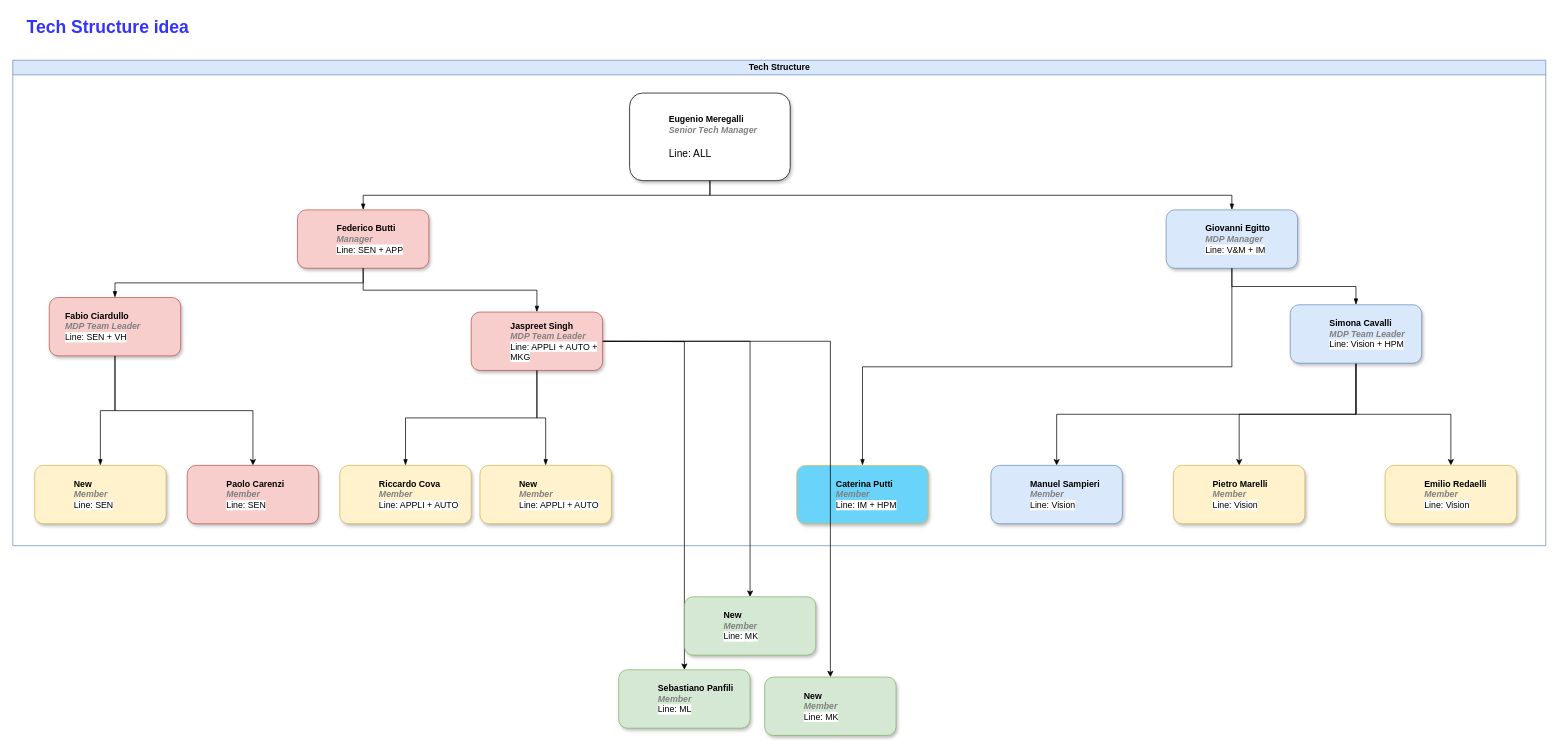
Above: page "FY-2022 -2H" (4 of 4) of Tech Team Structure.drawio in EugeMere/diagrams (draw.io), before the change. Source tidied: cells renumbered, new cells numbered last; positions are measured from the earlier drawing's top-left corner, leaving out a move shared by most shapes. Both pictures are drawn from the tidied source at 73%, with x=0, y=0 at pixel (12, 12).
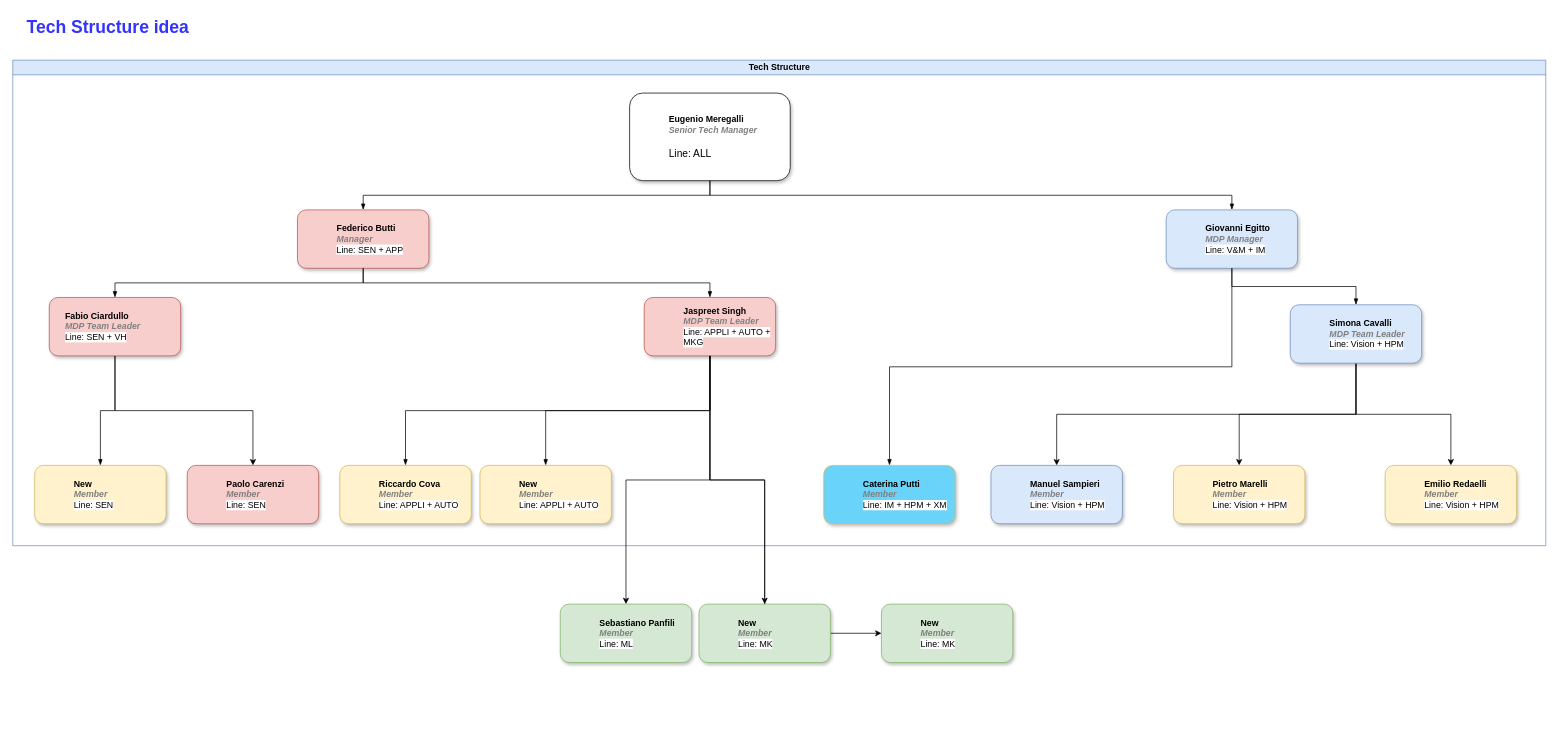
The same page after the edit.

The change refers to these unchanged cells:
```xml
<mxCell id="2" value="Tech Structure" style="swimlane;html=1;startSize=20;horizontal=1;containerType=tree;glass=0;fillColor=#dae8fc;strokeColor=#6c8ebf;" parent="1" vertex="1">
  <mxGeometry y="65" width="2100" height="665" as="geometry" />
</mxCell>
```

Change to the diagram source:
```diff
@@
     <object id="13" label="%name%&lt;br&gt;&lt;i style=&quot;color: gray&quot;&gt;%position%&lt;br&gt;&lt;/i&gt;&lt;font style=&quot;font-size: 12px&quot;&gt;&lt;span style=&quot;font-weight: 400 ; background-color: rgb(255 , 255 , 255)&quot;&gt;Line: &lt;/span&gt;&lt;span style=&quot;font-weight: 400 ; background-color: rgb(255 , 255 , 255)&quot;&gt;&lt;font style=&quot;font-size: 12px&quot;&gt;%SupportLine%&lt;/font&gt;&lt;/span&gt;&lt;/font&gt;" SupportLine="APPLI + AUTO + MKG" name="Jaspreet Singh" placeholders="1" position="MDP Team Leader">
       <mxCell style="label;whiteSpace=wrap;html=1;rounded=1;glass=0;fillColor=#f8cecc;strokeColor=#b85450;shadow=1;" parent="2" vertex="1">
-        <mxGeometry x="628" y="345" width="180" height="80" as="geometry" />
+        <mxGeometry x="865" y="325" width="180" height="80" as="geometry" />
       </mxCell>
     </object>
@@
-    <object id="17" label="%name%&lt;br&gt;&lt;i style=&quot;color: gray&quot;&gt;%position%&lt;br&gt;&lt;/i&gt;&lt;span style=&quot;font-weight: 400 ; background-color: rgb(255 , 255 , 255)&quot;&gt;Line:&amp;nbsp;&lt;/span&gt;&lt;span style=&quot;font-weight: 400 ; background-color: rgb(255 , 255 , 255)&quot;&gt;%SupportLine%&lt;/span&gt;" SupportLine="Vision" name="Pietro Marelli" placeholders="1" position="Member">
+    <object id="17" label="%name%&lt;br&gt;&lt;i style=&quot;color: gray&quot;&gt;%position%&lt;br&gt;&lt;/i&gt;&lt;span style=&quot;font-weight: 400 ; background-color: rgb(255 , 255 , 255)&quot;&gt;Line:&amp;nbsp;&lt;/span&gt;&lt;span style=&quot;font-weight: 400 ; background-color: rgb(255 , 255 , 255)&quot;&gt;%SupportLine%&lt;/span&gt;" SupportLine="Vision + HPM" name="Pietro Marelli" placeholders="1" position="Member">
       <mxCell style="label;whiteSpace=wrap;html=1;rounded=1;glass=0;fillColor=#fff2cc;strokeColor=#d6b656;shadow=1;fontColor=#000000;" parent="2" vertex="1">
         <mxGeometry x="1590" y="555" width="180" height="80" as="geometry" />
       </mxCell>
     </object>
-    <object id="18" label="%name%&lt;br&gt;&lt;i style=&quot;color: gray&quot;&gt;%position%&lt;br&gt;&lt;/i&gt;&lt;span style=&quot;font-weight: 400 ; background-color: rgb(255 , 255 , 255)&quot;&gt;Line:&amp;nbsp;&lt;/span&gt;&lt;span style=&quot;font-weight: 400 ; background-color: rgb(255 , 255 , 255)&quot;&gt;%SupportLine%&lt;/span&gt;" SupportLine="Vision" name="Emilio Redaelli" placeholders="1" position="Member">
+    <object id="18" label="%name%&lt;br&gt;&lt;i style=&quot;color: gray&quot;&gt;%position%&lt;br&gt;&lt;/i&gt;&lt;span style=&quot;font-weight: 400 ; background-color: rgb(255 , 255 , 255)&quot;&gt;Line:&amp;nbsp;&lt;/span&gt;&lt;span style=&quot;font-weight: 400 ; background-color: rgb(255 , 255 , 255)&quot;&gt;%SupportLine%&lt;/span&gt;" SupportLine="Vision + HPM" name="Emilio Redaelli" placeholders="1" position="Member">
       <mxCell style="label;whiteSpace=wrap;html=1;rounded=1;glass=0;fillColor=#fff2cc;strokeColor=#d6b656;shadow=1;fontColor=#000000;" parent="2" vertex="1">
         <mxGeometry x="1880" y="555" width="180" height="80" as="geometry" />
       </mxCell>
     </object>
-    <object id="19" label="%name%&lt;br&gt;&lt;i style=&quot;color: gray&quot;&gt;%position%&lt;br&gt;&lt;/i&gt;&lt;span style=&quot;font-weight: 400 ; background-color: rgb(255 , 255 , 255)&quot;&gt;Line:&amp;nbsp;&lt;/span&gt;&lt;span style=&quot;font-weight: 400 ; background-color: rgb(255 , 255 , 255)&quot;&gt;%SupportLine%&lt;/span&gt;" SupportLine="Vision" name="Manuel Sampieri" placeholders="1" position="Member">
+    <object id="19" label="%name%&lt;br&gt;&lt;i style=&quot;color: gray&quot;&gt;%position%&lt;br&gt;&lt;/i&gt;&lt;span style=&quot;font-weight: 400 ; background-color: rgb(255 , 255 , 255)&quot;&gt;Line:&amp;nbsp;&lt;/span&gt;&lt;span style=&quot;font-weight: 400 ; background-color: rgb(255 , 255 , 255)&quot;&gt;%SupportLine%&lt;/span&gt;" SupportLine="Vision + HPM" name="Manuel Sampieri" placeholders="1" position="Member">
       <mxCell style="label;whiteSpace=wrap;html=1;rounded=1;glass=0;fillColor=#dae8fc;strokeColor=#6c8ebf;shadow=1;" parent="2" vertex="1">
         <mxGeometry x="1340" y="555" width="180" height="80" as="geometry" />
       </mxCell>
     </object>
@@
-    <object id="21" label="%name%&lt;br&gt;&lt;i style=&quot;color: gray&quot;&gt;%position%&lt;br&gt;&lt;/i&gt;&lt;span style=&quot;font-weight: 400 ; background-color: rgb(255 , 255 , 255)&quot;&gt;Line:&amp;nbsp;&lt;/span&gt;&lt;span style=&quot;font-weight: 400 ; background-color: rgb(255 , 255 , 255)&quot;&gt;%SupportLine%&lt;/span&gt;" SupportLine="IM + HPM" name="Caterina Putti" placeholders="1" position="Member">
+    <object id="21" label="%name%&lt;br&gt;&lt;i style=&quot;color: gray&quot;&gt;%position%&lt;br&gt;&lt;/i&gt;&lt;span style=&quot;font-weight: 400 ; background-color: rgb(255 , 255 , 255)&quot;&gt;Line:&amp;nbsp;&lt;/span&gt;&lt;span style=&quot;font-weight: 400 ; background-color: rgb(255 , 255 , 255)&quot;&gt;%SupportLine%&lt;/span&gt;" SupportLine="IM + HPM + XM" name="Caterina Putti" placeholders="1" position="Member">
       <mxCell style="label;whiteSpace=wrap;html=1;rounded=1;glass=0;fillColor=#69D3FA;strokeColor=#d6b656;shadow=1;fontColor=#000000;" parent="2" vertex="1">
-        <mxGeometry x="1074" y="555" width="180" height="80" as="geometry" />
+        <mxGeometry x="1111" y="555" width="180" height="80" as="geometry" />
       </mxCell>
     </object>
@@
     <object id="31" label="%name%&lt;br&gt;&lt;i style=&quot;color: gray&quot;&gt;%position%&lt;br&gt;&lt;/i&gt;&lt;span style=&quot;font-weight: 400 ; background-color: rgb(255 , 255 , 255)&quot;&gt;Line:&amp;nbsp;&lt;/span&gt;&lt;span style=&quot;font-weight: 400 ; background-color: rgb(255 , 255 , 255)&quot;&gt;%SupportLine%&lt;/span&gt;" SupportLine="ML" name="Sebastiano Panfili" placeholders="1" position="Member">
       <mxCell style="label;whiteSpace=wrap;html=1;rounded=1;glass=0;fillColor=#d5e8d4;strokeColor=#82b366;shadow=1;" parent="1" vertex="1">
-        <mxGeometry x="830" y="900" width="180" height="80" as="geometry" />
+        <mxGeometry x="750" y="810" width="180" height="80" as="geometry" />
       </mxCell>
     </object>
-    <mxCell id="32" style="edgeStyle=orthogonalEdgeStyle;rounded=0;jettySize=auto;html=1;entryX=0.5;entryY=0;entryDx=0;entryDy=0;" parent="1" edge="1" target="31">
-      <mxGeometry relative="1" as="geometry">
-        <mxPoint x="810" y="450" as="sourcePoint" />
-      </mxGeometry>
+    <mxCell id="32" style="edgeStyle=orthogonalEdgeStyle;rounded=0;jettySize=auto;html=1;entryX=0.5;entryY=0;entryDx=0;entryDy=0;exitX=0.5;exitY=1;exitDx=0;exitDy=0;" parent="1" edge="1" source="13" target="31">
+      <mxGeometry relative="1" as="geometry" />
     </mxCell>
-    <object id="33" label="%name%&lt;br&gt;&lt;i style=&quot;color: gray&quot;&gt;%position%&lt;br&gt;&lt;/i&gt;&lt;span style=&quot;font-weight: 400 ; background-color: rgb(255 , 255 , 255)&quot;&gt;Line:&amp;nbsp;&lt;/span&gt;&lt;span style=&quot;font-weight: 400 ; background-color: rgb(255 , 255 , 255)&quot;&gt;%SupportLine%&lt;/span&gt;" SupportLine="MK" name="New" placeholders="1" position="Member">
-      <mxCell style="label;whiteSpace=wrap;html=1;rounded=1;glass=0;fillColor=#d5e8d4;strokeColor=#82b366;shadow=1;" parent="1" vertex="1">
-        <mxGeometry x="920" y="800" width="180" height="80" as="geometry" />
-      </mxCell>
-    </object>
@@
     <object id="35" label="%name%&lt;br&gt;&lt;i style=&quot;color: gray&quot;&gt;%position%&lt;br&gt;&lt;/i&gt;&lt;span style=&quot;font-weight: 400 ; background-color: rgb(255 , 255 , 255)&quot;&gt;Line:&amp;nbsp;&lt;/span&gt;&lt;span style=&quot;font-weight: 400 ; background-color: rgb(255 , 255 , 255)&quot;&gt;%SupportLine%&lt;/span&gt;" SupportLine="MK" name="New" placeholders="1" position="Member">
       <mxCell style="label;whiteSpace=wrap;html=1;rounded=1;glass=0;fillColor=#d5e8d4;strokeColor=#82b366;shadow=1;" parent="1" vertex="1">
-        <mxGeometry x="1030" y="910" width="180" height="80" as="geometry" />
+        <mxGeometry x="1190" y="810" width="180" height="80" as="geometry" />
       </mxCell>
     </object>
-    <mxCell id="36" style="edgeStyle=orthogonalEdgeStyle;rounded=0;jettySize=auto;html=1;" parent="1" edge="1" source="13" target="35">
+    <mxCell id="36" style="edgeStyle=orthogonalEdgeStyle;rounded=0;jettySize=auto;html=1;startArrow=none;" parent="1" edge="1" source="33" target="35">
       <mxGeometry relative="1" as="geometry" />
     </mxCell>
+    <object id="33" label="%name%&lt;br&gt;&lt;i style=&quot;color: gray&quot;&gt;%position%&lt;br&gt;&lt;/i&gt;&lt;span style=&quot;font-weight: 400 ; background-color: rgb(255 , 255 , 255)&quot;&gt;Line:&amp;nbsp;&lt;/span&gt;&lt;span style=&quot;font-weight: 400 ; background-color: rgb(255 , 255 , 255)&quot;&gt;%SupportLine%&lt;/span&gt;" SupportLine="MK" name="New" placeholders="1" position="Member">
+      <mxCell style="label;whiteSpace=wrap;html=1;rounded=1;glass=0;fillColor=#d5e8d4;strokeColor=#82b366;shadow=1;" parent="1" vertex="1">
+        <mxGeometry x="940" y="810" width="180" height="80" as="geometry" />
+      </mxCell>
+    </object>
+    <mxCell id="37" style="edgeStyle=orthogonalEdgeStyle;rounded=0;jettySize=auto;html=1;endArrow=none;" parent="1" edge="1" source="13" target="33">
+      <mxGeometry relative="1" as="geometry" />
+    </mxCell>
```
